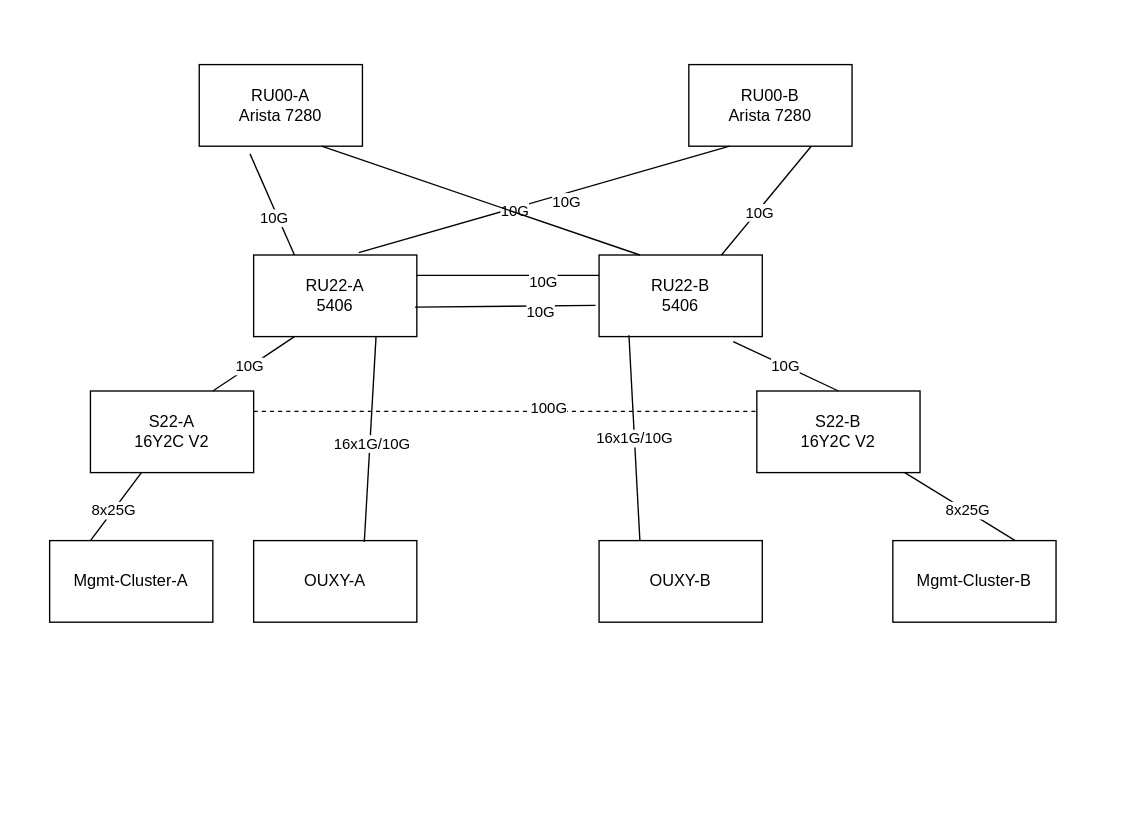
diefrie/test keeps this draw.io diagram as page "Seite-2" (2 of 2) of Mgmt-Netz-Seite 2.drawio. Above is the earlier version. Source tidied: cells renumbered, new cells numbered last; positions are measured from the earlier drawing's top-left corner, leaving out a move shared by most shapes. Both pictures are drawn from the tidied source at 136%, with x=0, y=0 at pixel (49, 64).
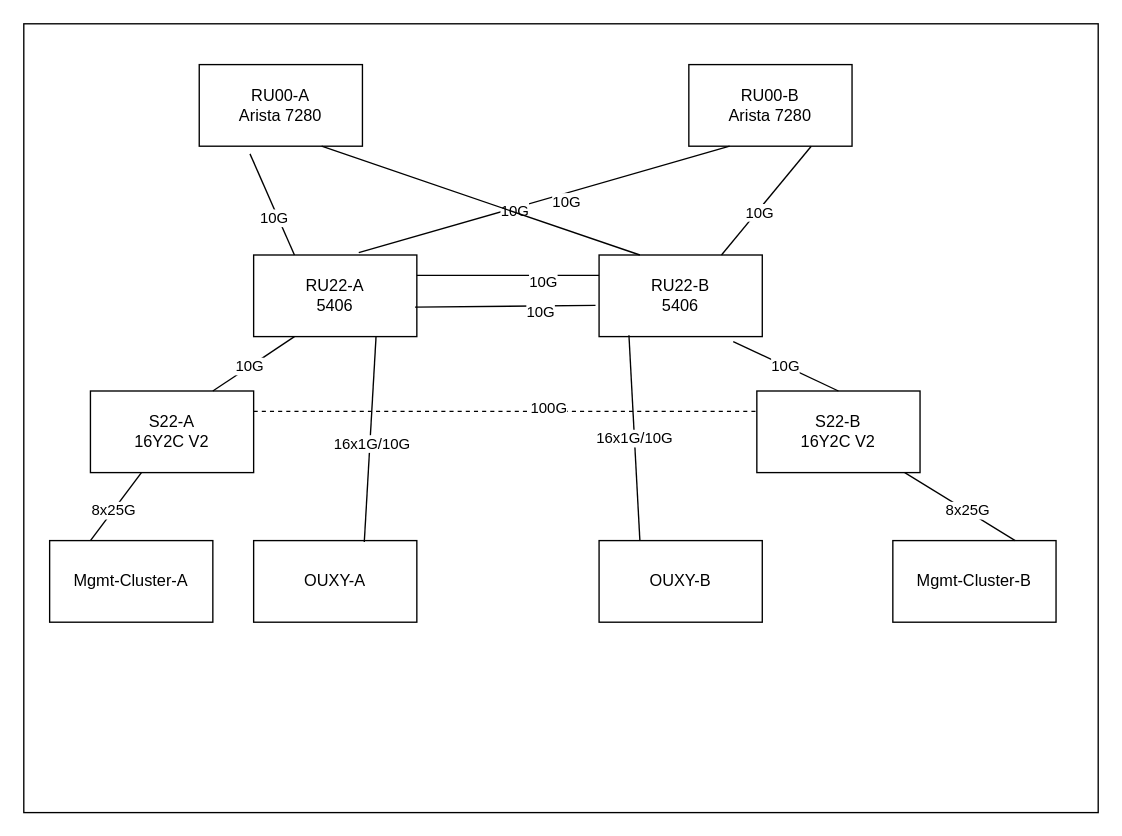
The same page after the edit.

Change to the diagram source:
```diff
@@
+    <mxCell id="37" style="rounded=0;whiteSpace=wrap;html=1;" parent="1" vertex="1">
+      <mxGeometry x="-19" y="-30" width="790" height="580" as="geometry" />
+    </mxCell>
```
